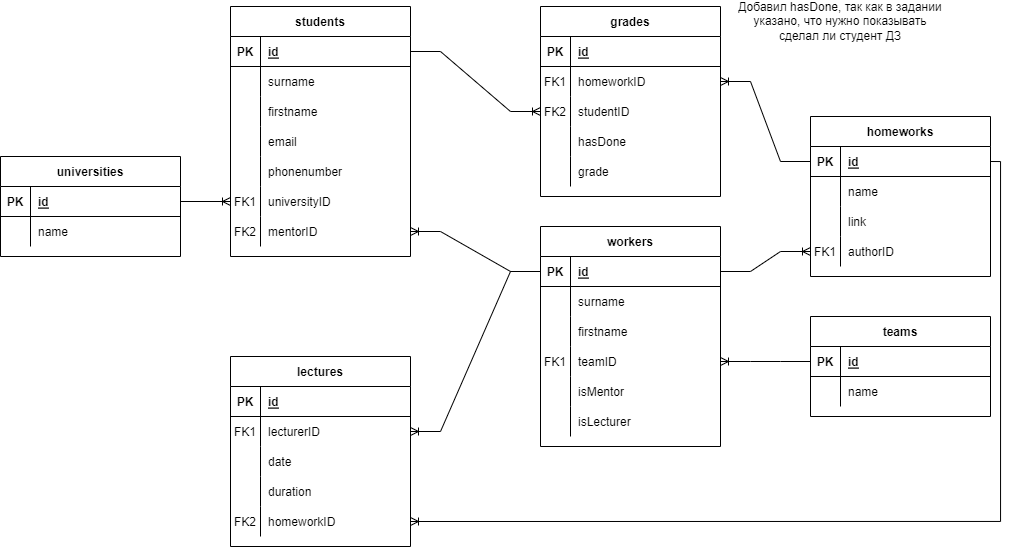
Earlier version of the draw.io export part2/part2.png (Kolesa-Education/kolesa-upgrade-homework-4). Source tidied: cells renumbered, new cells last; positions are measured from the earlier drawing's top-left corner, leaving out a move shared by most shapes.
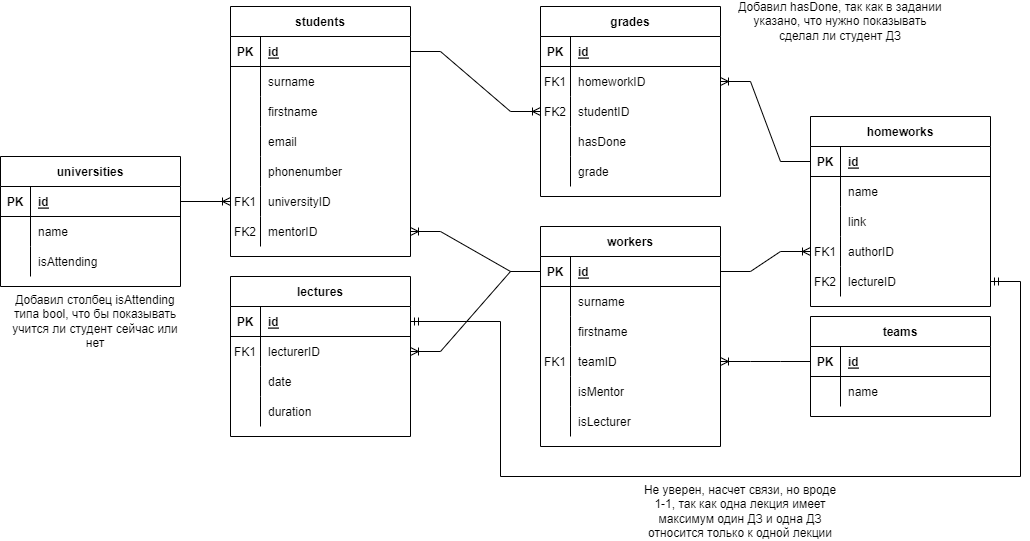
After the change.

Commit message:
Поправил, учитывая review

The edit, as a diff of the source:
```diff
@@ -69,7 +69,7 @@
       <mxGeometry x="30" width="150" height="30" as="geometry" />
     </mxCell>
     <mxCell id="24" value="universities" style="shape=table;startSize=30;rowLines=0;fontStyle=1;align=center;" parent="1" vertex="1">
-      <mxGeometry y="150" width="180" height="100" as="geometry" />
+      <mxGeometry y="150" width="180" height="130" as="geometry" />
     </mxCell>
     <mxCell id="25" style="shape=tableRow;horizontal=0;startSize=0;swimlaneHead=0;swimlaneBody=0;fillColor=none;points=[[0,0.5],[1,0.5]];portConstraint=eastwest;top=0;left=0;right=0;bottom=1;" parent="24" vertex="1">
       <mxGeometry y="30" width="180" height="30" as="geometry" />
@@ -89,6 +89,15 @@
     <mxCell id="30" value="name" style="shape=partialRectangle;fillColor=none;top=0;left=0;bottom=0;right=0;align=left;spacingLeft=6;overflow=hidden;" parent="28" vertex="1">
       <mxGeometry x="30" width="150" height="30" as="geometry" />
     </mxCell>
+    <mxCell id="111" style="shape=tableRow;horizontal=0;startSize=0;swimlaneHead=0;swimlaneBody=0;fillColor=none;top=0;left=0;right=0;bottom=0;" parent="24" vertex="1">
+      <mxGeometry y="90" width="180" height="30" as="geometry" />
+    </mxCell>
+    <mxCell id="112" style="shape=partialRectangle;fillColor=none;top=0;left=0;bottom=0;right=0;overflow=hidden;" parent="111" vertex="1">
+      <mxGeometry width="30" height="30" as="geometry" />
+    </mxCell>
+    <mxCell id="113" value="isAttending" style="shape=partialRectangle;fillColor=none;top=0;left=0;bottom=0;right=0;align=left;spacingLeft=6;overflow=hidden;" parent="111" vertex="1">
+      <mxGeometry x="30" width="150" height="30" as="geometry" />
+    </mxCell>
     <mxCell id="31" style="edgeStyle=entityRelationEdgeStyle;fontSize=12;html=1;endArrow=ERoneToMany;rounded=0;exitX=1;exitY=0.5;exitDx=0;exitDy=0;entryX=0;entryY=0.5;entryDx=0;entryDy=0;" parent="1" edge="1" source="25" target="18">
       <mxGeometry relative="1" as="geometry" />
     </mxCell>
@@ -174,7 +183,7 @@
       <mxGeometry relative="1" as="geometry" />
     </mxCell>
     <mxCell id="59" value="lectures" style="shape=table;startSize=30;rowLines=0;fontStyle=1;align=center;" parent="1" vertex="1">
-      <mxGeometry x="230" y="350" width="180" height="190" as="geometry" />
+      <mxGeometry x="230" y="270" width="180" height="160" as="geometry" />
     </mxCell>
     <mxCell id="60" style="shape=tableRow;horizontal=0;startSize=0;swimlaneHead=0;swimlaneBody=0;fillColor=none;points=[[0,0.5],[1,0.5]];portConstraint=eastwest;top=0;left=0;right=0;bottom=1;" parent="59" vertex="1">
       <mxGeometry y="30" width="180" height="30" as="geometry" />
@@ -212,15 +221,6 @@
     <mxCell id="71" value="duration" style="shape=partialRectangle;fillColor=none;top=0;left=0;bottom=0;right=0;align=left;spacingLeft=6;overflow=hidden;" parent="69" vertex="1">
       <mxGeometry x="30" width="150" height="30" as="geometry" />
     </mxCell>
-    <mxCell id="72" style="shape=tableRow;horizontal=0;startSize=0;swimlaneHead=0;swimlaneBody=0;fillColor=none;points=[[0,0.5],[1,0.5]];portConstraint=eastwest;top=0;left=0;right=0;bottom=0;" parent="59" vertex="1">
-      <mxGeometry y="150" width="180" height="30" as="geometry" />
-    </mxCell>
-    <mxCell id="73" value="FK2" style="shape=partialRectangle;fillColor=none;top=0;left=0;bottom=0;right=0;overflow=hidden;" parent="72" vertex="1">
-      <mxGeometry width="30" height="30" as="geometry" />
-    </mxCell>
-    <mxCell id="74" value="homeworkID" style="shape=partialRectangle;fillColor=none;top=0;left=0;bottom=0;right=0;align=left;spacingLeft=6;overflow=hidden;" parent="72" vertex="1">
-      <mxGeometry x="30" width="150" height="30" as="geometry" />
-    </mxCell>
     <mxCell id="75" style="edgeStyle=entityRelationEdgeStyle;fontSize=12;html=1;endArrow=ERoneToMany;rounded=0;exitX=0;exitY=0.5;exitDx=0;exitDy=0;entryX=1;entryY=0.5;entryDx=0;entryDy=0;" parent="1" edge="1" source="33" target="63">
       <mxGeometry relative="1" as="geometry" />
     </mxCell>
@@ -228,7 +228,7 @@
       <mxGeometry relative="1" as="geometry" />
     </mxCell>
     <mxCell id="77" value="homeworks" style="shape=table;startSize=30;rowLines=0;fontStyle=1;align=center;" parent="1" vertex="1">
-      <mxGeometry x="810" y="110" width="180" height="160" as="geometry" />
+      <mxGeometry x="810" y="110" width="180" height="190" as="geometry" />
     </mxCell>
     <mxCell id="78" style="shape=tableRow;horizontal=0;startSize=0;swimlaneHead=0;swimlaneBody=0;fillColor=none;points=[[0,0.5],[1,0.5]];portConstraint=eastwest;top=0;left=0;right=0;bottom=1;" parent="77" vertex="1">
       <mxGeometry y="30" width="180" height="30" as="geometry" />
@@ -266,6 +266,15 @@
     <mxCell id="89" value="authorID" style="shape=partialRectangle;fillColor=none;top=0;left=0;bottom=0;right=0;align=left;spacingLeft=6;overflow=hidden;" parent="87" vertex="1">
       <mxGeometry x="30" width="150" height="30" as="geometry" />
     </mxCell>
+    <mxCell id="72" style="shape=tableRow;horizontal=0;startSize=0;swimlaneHead=0;swimlaneBody=0;fillColor=none;points=[[0,0.5],[1,0.5]];portConstraint=eastwest;top=0;left=0;right=0;bottom=0;" parent="77" vertex="1">
+      <mxGeometry y="150" width="180" height="30" as="geometry" />
+    </mxCell>
+    <mxCell id="73" value="FK2" style="shape=partialRectangle;fillColor=none;top=0;left=0;bottom=0;right=0;overflow=hidden;" parent="72" vertex="1">
+      <mxGeometry width="30" height="30" as="geometry" />
+    </mxCell>
+    <mxCell id="114" value="lectureID" style="shape=partialRectangle;fillColor=none;top=0;left=0;bottom=0;right=0;align=left;spacingLeft=6;overflow=hidden;" parent="72" vertex="1">
+      <mxGeometry x="30" width="150" height="30" as="geometry" />
+    </mxCell>
     <mxCell id="90" style="edgeStyle=entityRelationEdgeStyle;fontSize=12;html=1;endArrow=ERoneToMany;rounded=0;exitX=1;exitY=0.5;exitDx=0;exitDy=0;entryX=0;entryY=0.5;entryDx=0;entryDy=0;" parent="1" edge="1" source="33" target="87">
       <mxGeometry relative="1" as="geometry" />
     </mxCell>
@@ -326,8 +335,21 @@
     <mxCell id="109" style="edgeStyle=entityRelationEdgeStyle;fontSize=12;html=1;endArrow=ERoneToMany;rounded=0;exitX=1;exitY=0.5;exitDx=0;exitDy=0;entryX=0;entryY=0.5;entryDx=0;entryDy=0;" parent="1" edge="1" source="3" target="98">
       <mxGeometry relative="1" as="geometry" />
     </mxCell>
-    <mxCell id="110" style="edgeStyle=orthogonalEdgeStyle;fontSize=12;html=1;endArrow=ERoneToMany;rounded=0;exitX=1;exitY=0.5;exitDx=0;exitDy=0;entryX=1;entryY=0.5;entryDx=0;entryDy=0;" parent="1" edge="1" source="78" target="72">
-      <mxGeometry relative="1" as="geometry" />
-    </mxCell>
+    <mxCell id="115" style="edgeStyle=orthogonalEdgeStyle;fontSize=12;html=1;endArrow=ERmandOne;startArrow=ERmandOne;rounded=0;exitX=1;exitY=0.5;exitDx=0;exitDy=0;entryX=1;entryY=0.5;entryDx=0;entryDy=0;" parent="1" edge="1" source="60" target="72">
+      <mxGeometry relative="1" as="geometry">
+        <Array as="points">
+          <mxPoint x="500" y="315" />
+          <mxPoint x="500" y="470" />
+          <mxPoint x="1020" y="470" />
+          <mxPoint x="1020" y="275" />
+        </Array>
+      </mxGeometry>
+    </mxCell>
+    <mxCell id="116" value="Не уверен, насчет связи, но вроде 1-1, так как одна лекция имеет максимум один ДЗ и одна ДЗ относится только к одной лекции" style="text;html=1;strokeColor=none;fillColor=none;align=center;verticalAlign=middle;whiteSpace=wrap;rounded=0;" parent="1" vertex="1">
+      <mxGeometry x="640" y="490" width="200" height="30" as="geometry" />
+    </mxCell>
+    <mxCell id="117" value="Добавил столбец isAttending типа bool, что бы показывать учится ли студент сейчас или нет" style="text;html=1;strokeColor=none;fillColor=none;align=center;verticalAlign=middle;whiteSpace=wrap;rounded=0;" parent="1" vertex="1">
+      <mxGeometry x="10" y="300" width="170" height="30" as="geometry" />
+    </mxCell>
   </root>
 </mxGraphModel>
```
